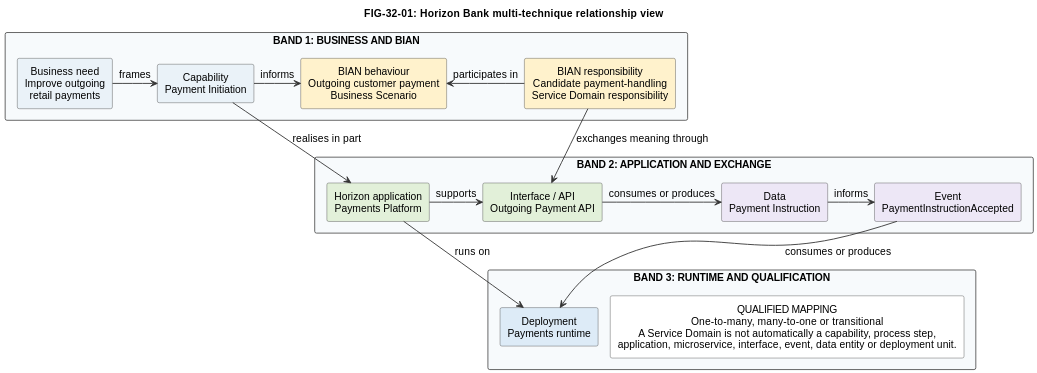
Above: diagrams/exported/svg/FIG-32-01-bian-multi-technique-traceability-view.svg in nishikanttiwari01/Architecture_Modelling (PlantUML), before the change.
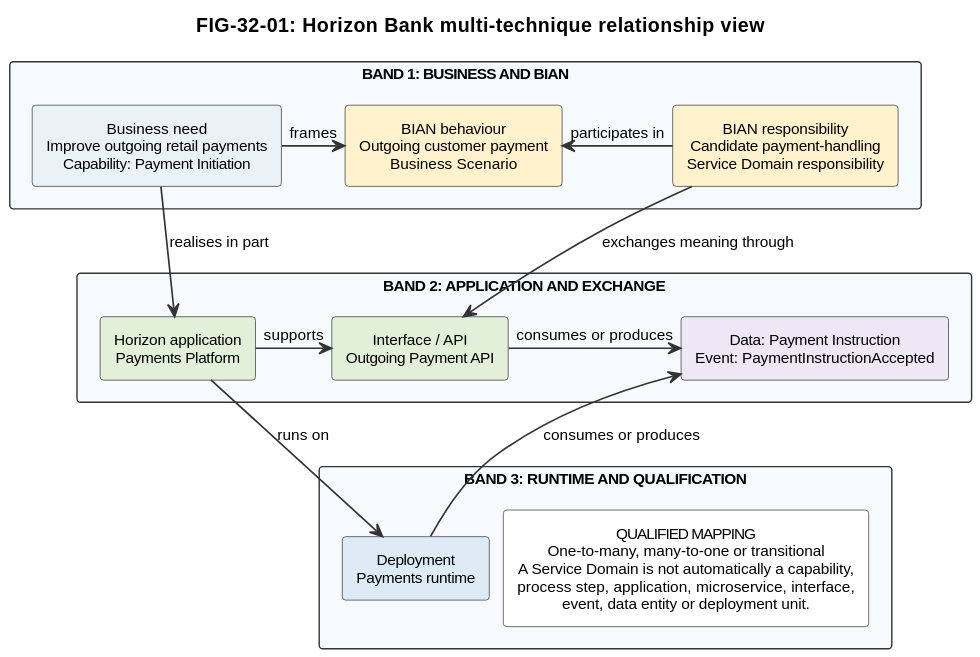
The same diagram one commit later.

Commit message:
Regenerate Chapter 32 readable relationship figure

Change to the diagram source:
```diff
@@ -1,41 +1,41 @@
 @startuml
 !include ../../styles/plantuml-theme.puml
-scale 740 width
 title FIG-32-01: Horizon Bank multi-technique relationship view
 top to bottom direction
+skinparam defaultFontSize 11
+skinparam ArrowFontSize 11
+skinparam packageTitleFontSize 11
 skinparam defaultTextAlignment center
-skinparam nodesep 16
-skinparam ranksep 24
+skinparam nodesep 10
+skinparam ranksep 18
 skinparam packageStyle rectangle
 
 package "BAND 1: BUSINESS AND BIAN" #F7FAFC {
-  rectangle "Business need\nImprove outgoing\nretail payments" as NEED #EAF2F8
-  rectangle "Capability\nPayment Initiation" as CAP #EAF2F8
+  rectangle "Business need\nImprove outgoing retail payments\nCapability: Payment Initiation" as CAP #EAF2F8
   rectangle "BIAN behaviour\nOutgoing customer payment\nBusiness Scenario" as SCEN #FFF2CC
   rectangle "BIAN responsibility\nCandidate payment-handling\nService Domain responsibility" as SD #FFF2CC
-  NEED -right-> CAP : frames
-  CAP -right-> SCEN : informs
+  CAP -right-> SCEN : frames
   SD -left-> SCEN : participates in
 }
 
 package "BAND 2: APPLICATION AND EXCHANGE" #F7FAFC {
   rectangle "Horizon application\nPayments Platform" as APP #E2F0D9
   rectangle "Interface / API\nOutgoing Payment API" as API #E2F0D9
-  rectangle "Data\nPayment Instruction" as DATA #EDE7F6
-  rectangle "Event\nPaymentInstructionAccepted" as EVENT #EDE7F6
+  rectangle "Data: Payment Instruction\nEvent: PaymentInstructionAccepted" as EVENT #EDE7F6
   APP -right-> API : supports
-  API -right-> DATA : consumes or produces
-  DATA -right-> EVENT : informs
+  API -right-> EVENT : consumes or produces
 }
 
 package "BAND 3: RUNTIME AND QUALIFICATION" #F7FAFC {
   rectangle "Deployment\nPayments runtime" as RUN #DDEBF7
-  rectangle "QUALIFIED MAPPING\nOne-to-many, many-to-one or transitional\nA Service Domain is not automatically a capability, process step,\napplication, microservice, interface, event, data entity or deployment unit." as NOTE #FFFFFF
+  rectangle "QUALIFIED MAPPING\nOne-to-many, many-to-one or transitional\nA Service Domain is not automatically a capability,\nprocess step, application, microservice, interface,\nevent, data entity or deployment unit." as NOTE #FFFFFF
   RUN -[hidden]right-> NOTE
 }
 
 CAP -down-> APP : realises in part
 SD -down-> API : exchanges meaning through
+SCEN -[hidden]down-> API
+SD -[hidden]down-> EVENT
 APP -down-> RUN : runs on
-EVENT -down-> RUN : consumes or produces
+RUN -up-> EVENT : consumes or produces
 @enduml
```
